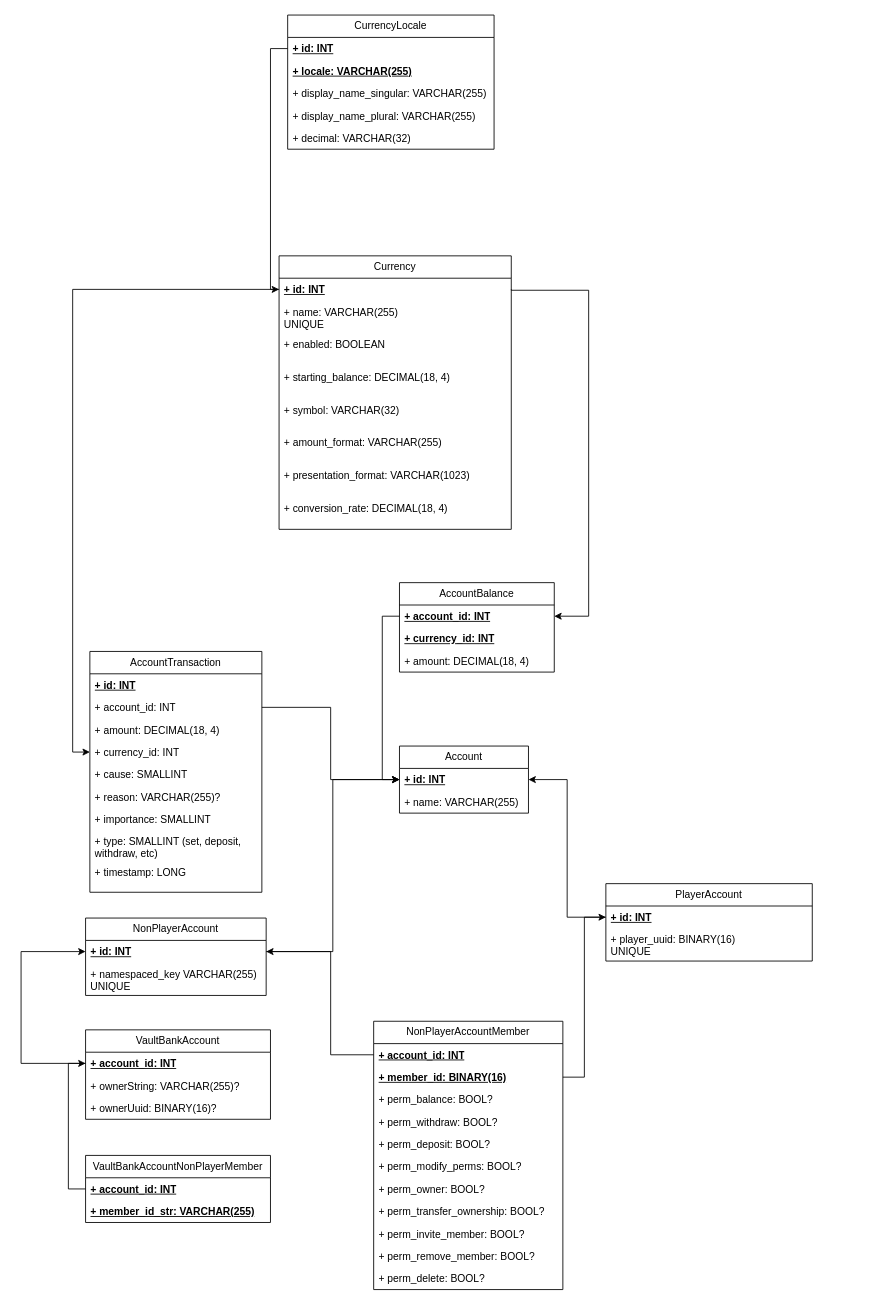
ArcanePlugins/Polyconomy keeps this draw.io diagram as docs/brainstorming/sql_planner_3.drawio. Above is the earlier version. Source tidied: cells renumbered, new cells numbered last; positions are measured from the earlier drawing's top-left corner, leaving out a move shared by most shapes. Both pictures are drawn from the tidied source at 86%, with x=0, y=0 at pixel (21, 15).
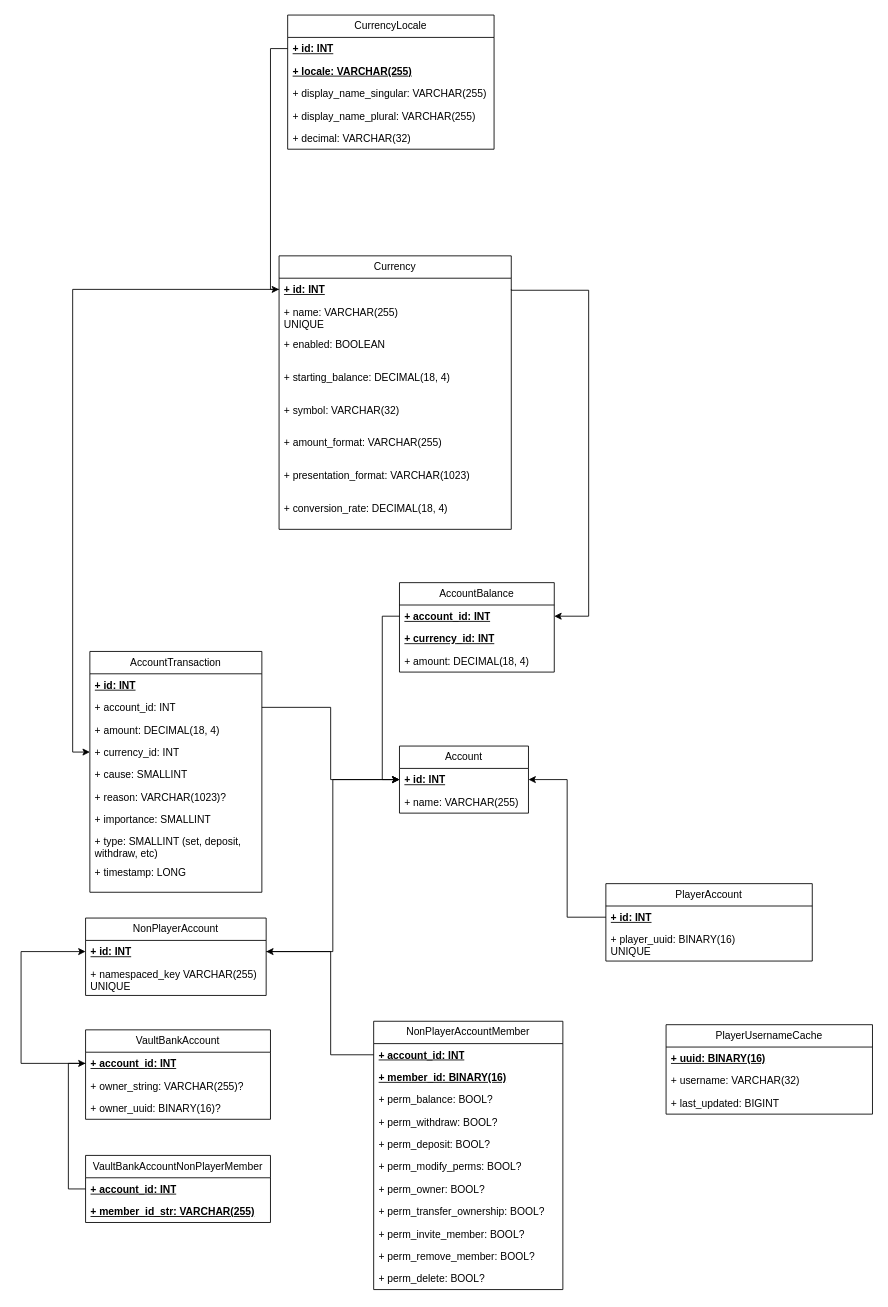
Above is the later version.

The change refers to these unchanged cells:
```xml
<mxCell id="3" value="+ id: INT" style="text;strokeColor=none;fillColor=none;align=left;verticalAlign=top;spacingLeft=4;spacingRight=4;overflow=hidden;points=[[0,0.5],[1,0.5]];portConstraint=eastwest;whiteSpace=wrap;html=1;fontStyle=5;" parent="2" vertex="1">
  <mxGeometry y="26" width="240" height="26" as="geometry" />
</mxCell>
<mxCell id="10" value="+ member_id: BINARY(16)" style="text;strokeColor=none;fillColor=none;align=left;verticalAlign=top;spacingLeft=4;spacingRight=4;overflow=hidden;points=[[0,0.5],[1,0.5]];portConstraint=eastwest;whiteSpace=wrap;html=1;fontStyle=5;" parent="8" vertex="1">
  <mxGeometry y="52" width="220" height="26" as="geometry" />
</mxCell>
<mxCell id="41" value="AccountTransaction" style="swimlane;fontStyle=0;horizontal=1;startSize=26;fillColor=none;whiteSpace=wrap;html=1;" parent="1" vertex="1">
  <mxGeometry x="80" y="740" width="200" height="280" as="geometry" />
</mxCell>
<mxCell id="61" value="VaultBankAccount" style="swimlane;fontStyle=0;horizontal=1;startSize=26;fillColor=none;whiteSpace=wrap;html=1;" parent="1" vertex="1">
  <mxGeometry x="75" y="1180" width="215" height="104" as="geometry" />
</mxCell>
```

The edit, as a diff of the source:
```diff
@@
-    <mxCell id="21" style="edgeStyle=orthogonalEdgeStyle;rounded=0;jettySize=auto;html=1;entryX=0;entryY=0.5;entryDx=0;entryDy=0;" parent="1" edge="1" source="10" target="3">
-      <mxGeometry relative="1" as="geometry" />
-    </mxCell>
@@
-    <mxCell id="47" value="+ reason: VARCHAR(255)?" style="text;strokeColor=none;fillColor=none;align=left;verticalAlign=top;spacingLeft=4;spacingRight=4;overflow=hidden;whiteSpace=wrap;html=1;" parent="41" vertex="1">
+    <mxCell id="47" value="+ reason: VARCHAR(1023)?" style="text;strokeColor=none;fillColor=none;align=left;verticalAlign=top;spacingLeft=4;spacingRight=4;overflow=hidden;whiteSpace=wrap;html=1;" parent="41" vertex="1">
       <mxGeometry y="156" width="200" height="26" as="geometry" />
     </mxCell>
@@
-    <mxCell id="63" value="+ ownerString: VARCHAR(255)?" style="text;strokeColor=none;fillColor=none;align=left;verticalAlign=top;spacingLeft=4;spacingRight=4;overflow=hidden;whiteSpace=wrap;html=1;" parent="61" vertex="1">
+    <mxCell id="63" value="+ owner_string: VARCHAR(255)?" style="text;strokeColor=none;fillColor=none;align=left;verticalAlign=top;spacingLeft=4;spacingRight=4;overflow=hidden;whiteSpace=wrap;html=1;" parent="61" vertex="1">
       <mxGeometry y="52" width="215" height="26" as="geometry" />
     </mxCell>
-    <mxCell id="64" value="+ ownerUuid: BINARY(16)?" style="text;strokeColor=none;fillColor=none;align=left;verticalAlign=top;spacingLeft=4;spacingRight=4;overflow=hidden;whiteSpace=wrap;html=1;" parent="61" vertex="1">
+    <mxCell id="64" value="+ owner_uuid: BINARY(16)?" style="text;strokeColor=none;fillColor=none;align=left;verticalAlign=top;spacingLeft=4;spacingRight=4;overflow=hidden;whiteSpace=wrap;html=1;" parent="61" vertex="1">
       <mxGeometry y="78" width="215" height="26" as="geometry" />
     </mxCell>
@@
+    <mxCell id="70" value="PlayerUsernameCache" style="swimlane;fontStyle=0;horizontal=1;startSize=26;fillColor=none;whiteSpace=wrap;html=1;" parent="1" vertex="1">
+      <mxGeometry x="750" y="1174" width="240" height="104" as="geometry" />
+    </mxCell>
+    <mxCell id="71" value="&lt;b&gt;&lt;u&gt;+ uuid: BINARY(16)&lt;br&gt;&lt;/u&gt;&lt;/b&gt;" style="text;strokeColor=none;fillColor=none;align=left;verticalAlign=top;spacingLeft=4;spacingRight=4;overflow=hidden;whiteSpace=wrap;html=1;" parent="70" vertex="1">
+      <mxGeometry y="26" width="240" height="26" as="geometry" />
+    </mxCell>
+    <mxCell id="72" value="+ username: VARCHAR(32)" style="text;strokeColor=none;fillColor=none;align=left;verticalAlign=top;spacingLeft=4;spacingRight=4;overflow=hidden;whiteSpace=wrap;html=1;" parent="70" vertex="1">
+      <mxGeometry y="52" width="240" height="26" as="geometry" />
+    </mxCell>
+    <mxCell id="73" value="+ last_updated: BIGINT" style="text;strokeColor=none;fillColor=none;align=left;verticalAlign=top;spacingLeft=4;spacingRight=4;overflow=hidden;whiteSpace=wrap;html=1;" parent="70" vertex="1">
+      <mxGeometry y="78" width="240" height="26" as="geometry" />
+    </mxCell>
```
